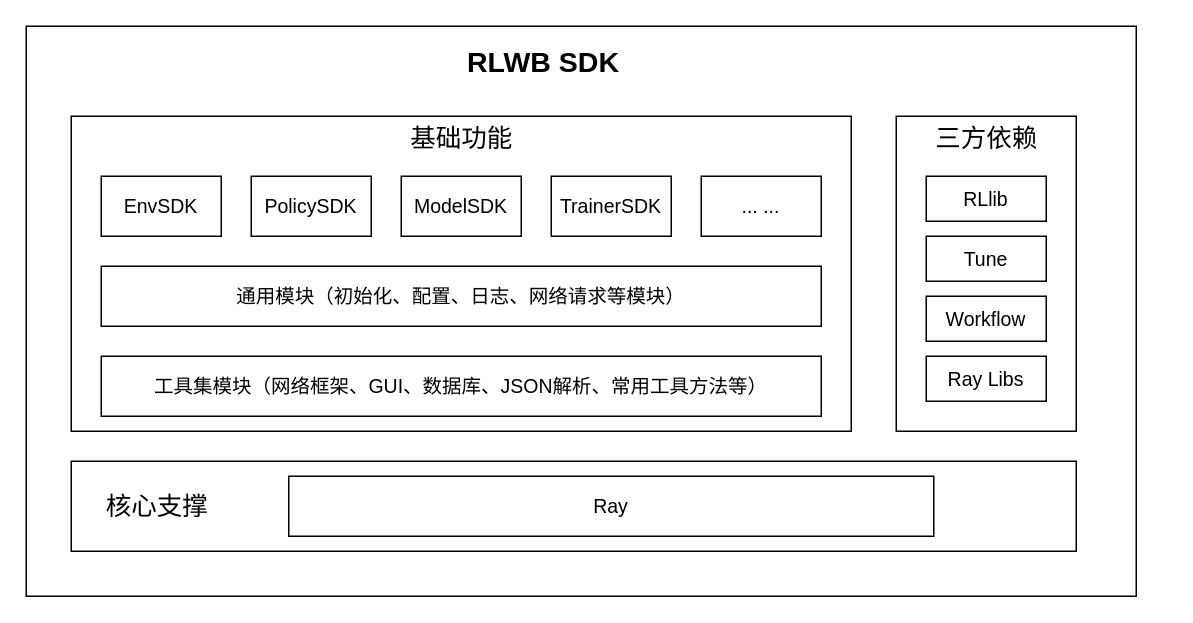
Before: SDK架构图.drawio in japsonzbz/Miscellaneous, a draw.io diagram. Source tidied: cells renumbered, new cells numbered last; positions are measured from the earlier drawing's top-left corner, leaving out a move shared by most shapes. Both pictures are drawn from the tidied source at 150%, with x=0, y=0 at pixel (26, 26).
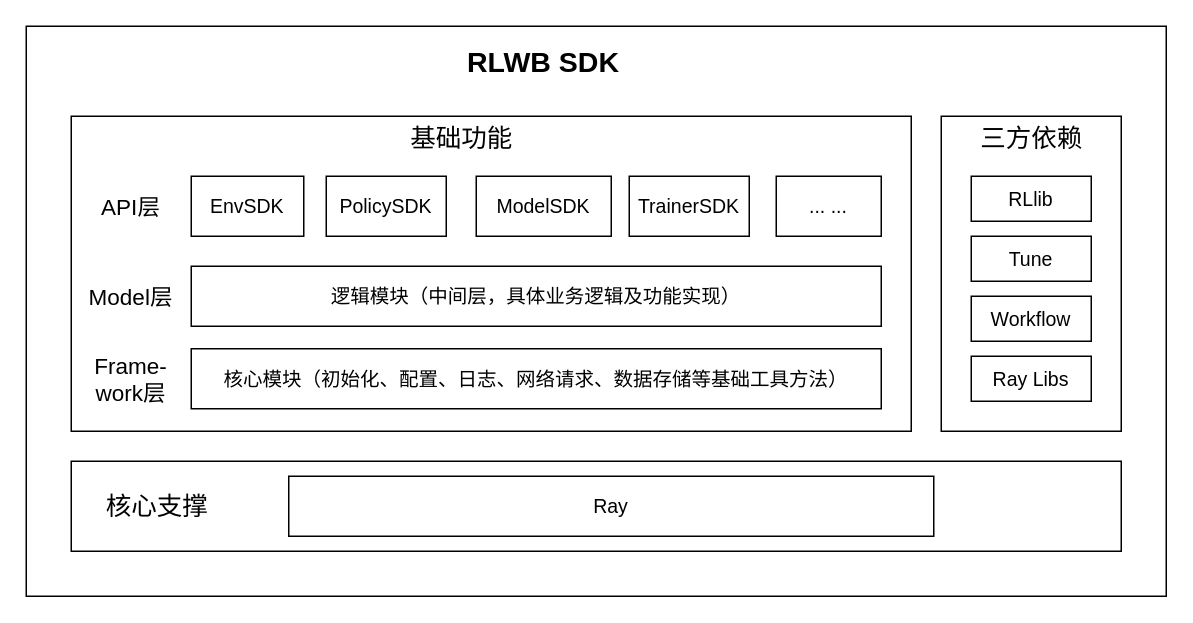
After the change.

What changed in the source:
```diff
@@
     <mxCell id="2" style="rounded=0;whiteSpace=wrap;html=1;" parent="1" vertex="1">
-      <mxGeometry width="740" height="380" as="geometry" />
+      <mxGeometry width="760" height="380" as="geometry" />
     </mxCell>
     <mxCell id="3" style="rounded=0;whiteSpace=wrap;html=1;" parent="1" vertex="1">
-      <mxGeometry x="30" y="60" width="520" height="210" as="geometry" />
+      <mxGeometry x="30" y="60" width="560" height="210" as="geometry" />
     </mxCell>
@@
     <mxCell id="5" style="rounded=0;whiteSpace=wrap;html=1;fontSize=19;" parent="1" vertex="1">
-      <mxGeometry x="30" y="290" width="670" height="60" as="geometry" />
+      <mxGeometry x="30" y="290" width="700" height="60" as="geometry" />
     </mxCell>
     <mxCell id="6" style="rounded=0;whiteSpace=wrap;html=1;fontSize=19;" parent="1" vertex="1">
-      <mxGeometry x="580" y="60" width="120" height="210" as="geometry" />
+      <mxGeometry x="610" y="60" width="120" height="210" as="geometry" />
     </mxCell>
@@
     <mxCell id="9" value="&lt;span style=&quot;font-size: 17px&quot;&gt;三方依赖&lt;/span&gt;" style="text;html=1;strokeColor=none;fillColor=none;align=center;verticalAlign=middle;whiteSpace=wrap;rounded=0;fontSize=19;" parent="1" vertex="1">
-      <mxGeometry x="592.5" y="60" width="95" height="30" as="geometry" />
+      <mxGeometry x="622.5" y="60" width="95" height="30" as="geometry" />
     </mxCell>
     <mxCell id="10" value="&lt;font style=&quot;font-size: 13px&quot;&gt;EnvSDK&lt;/font&gt;" style="rounded=0;whiteSpace=wrap;html=1;fontSize=17;" parent="1" vertex="1">
-      <mxGeometry x="50" y="100" width="80" height="40" as="geometry" />
+      <mxGeometry x="110" y="100" width="75" height="40" as="geometry" />
     </mxCell>
     <mxCell id="11" value="&lt;font style=&quot;font-size: 13px&quot;&gt;PolicySDK&lt;/font&gt;" style="rounded=0;whiteSpace=wrap;html=1;fontSize=17;" parent="1" vertex="1">
-      <mxGeometry x="150" y="100" width="80" height="40" as="geometry" />
+      <mxGeometry x="200" y="100" width="80" height="40" as="geometry" />
     </mxCell>
     <mxCell id="12" value="&lt;font style=&quot;font-size: 13px&quot;&gt;ModelSDK&lt;/font&gt;" style="rounded=0;whiteSpace=wrap;html=1;fontSize=17;" parent="1" vertex="1">
-      <mxGeometry x="250" y="100" width="80" height="40" as="geometry" />
+      <mxGeometry x="300" y="100" width="90" height="40" as="geometry" />
     </mxCell>
     <mxCell id="13" value="&lt;font style=&quot;font-size: 13px&quot;&gt;TrainerSDK&lt;/font&gt;" style="rounded=0;whiteSpace=wrap;html=1;fontSize=17;" parent="1" vertex="1">
-      <mxGeometry x="350" y="100" width="80" height="40" as="geometry" />
+      <mxGeometry x="402" y="100" width="80" height="40" as="geometry" />
     </mxCell>
     <mxCell id="14" value="&lt;span style=&quot;font-size: 13px&quot;&gt;... ...&lt;/span&gt;" style="rounded=0;whiteSpace=wrap;html=1;fontSize=17;" parent="1" vertex="1">
-      <mxGeometry x="450" y="100" width="80" height="40" as="geometry" />
+      <mxGeometry x="500" y="100" width="70" height="40" as="geometry" />
     </mxCell>
-    <mxCell id="15" value="&lt;span style=&quot;font-size: 13px&quot;&gt;通用模块（初始化、配置、日志、网络请求等模块）&lt;/span&gt;" style="rounded=0;whiteSpace=wrap;html=1;fontSize=17;" parent="1" vertex="1">
-      <mxGeometry x="50" y="160" width="480" height="40" as="geometry" />
+    <mxCell id="15" value="&lt;span style=&quot;font-size: 13px&quot;&gt;逻辑模块（中间层，具体业务逻辑及功能实现）&lt;/span&gt;" style="rounded=0;whiteSpace=wrap;html=1;fontSize=17;" parent="1" vertex="1">
+      <mxGeometry x="110" y="160" width="460" height="40" as="geometry" />
     </mxCell>
-    <mxCell id="16" value="&lt;span style=&quot;font-size: 13px&quot;&gt;工具集模块（网络框架、GUI、数据库、JSON解析、常用工具方法等）&lt;/span&gt;" style="rounded=0;whiteSpace=wrap;html=1;fontSize=17;" parent="1" vertex="1">
-      <mxGeometry x="50" y="220" width="480" height="40" as="geometry" />
+    <mxCell id="16" value="&lt;span style=&quot;font-size: 13px&quot;&gt;核心模块（初始化、配置、日志、网络请求、数据存储等基础工具方法）&lt;/span&gt;" style="rounded=0;whiteSpace=wrap;html=1;fontSize=17;" parent="1" vertex="1">
+      <mxGeometry x="110" y="215" width="460" height="40" as="geometry" />
     </mxCell>
     <mxCell id="17" value="&lt;span style=&quot;font-size: 13px&quot;&gt;RLlib&lt;/span&gt;" style="rounded=0;whiteSpace=wrap;html=1;fontSize=17;" parent="1" vertex="1">
-      <mxGeometry x="600" y="100" width="80" height="30" as="geometry" />
+      <mxGeometry x="630" y="100" width="80" height="30" as="geometry" />
     </mxCell>
     <mxCell id="18" value="&lt;span style=&quot;font-size: 13px&quot;&gt;Tune&lt;/span&gt;" style="rounded=0;whiteSpace=wrap;html=1;fontSize=17;" parent="1" vertex="1">
-      <mxGeometry x="600" y="140" width="80" height="30" as="geometry" />
+      <mxGeometry x="630" y="140" width="80" height="30" as="geometry" />
     </mxCell>
     <mxCell id="19" value="&lt;span style=&quot;font-size: 13px&quot;&gt;Workflow&lt;/span&gt;" style="rounded=0;whiteSpace=wrap;html=1;fontSize=17;" parent="1" vertex="1">
-      <mxGeometry x="600" y="180" width="80" height="30" as="geometry" />
+      <mxGeometry x="630" y="180" width="80" height="30" as="geometry" />
     </mxCell>
     <mxCell id="20" value="&lt;span style=&quot;font-size: 13px&quot;&gt;Ray Libs&lt;/span&gt;" style="rounded=0;whiteSpace=wrap;html=1;fontSize=17;" parent="1" vertex="1">
-      <mxGeometry x="600" y="220" width="80" height="30" as="geometry" />
+      <mxGeometry x="630" y="220" width="80" height="30" as="geometry" />
     </mxCell>
@@
+    <mxCell id="22" value="&lt;font style=&quot;font-size: 15px&quot;&gt;API层&lt;/font&gt;" style="text;html=1;strokeColor=none;fillColor=none;align=center;verticalAlign=middle;whiteSpace=wrap;rounded=0;fontSize=13;" parent="1" vertex="1">
+      <mxGeometry x="40" y="105" width="60" height="30" as="geometry" />
+    </mxCell>
+    <mxCell id="23" value="&lt;span style=&quot;font-size: 15px&quot;&gt;Model层&lt;/span&gt;" style="text;html=1;strokeColor=none;fillColor=none;align=center;verticalAlign=middle;whiteSpace=wrap;rounded=0;fontSize=13;" parent="1" vertex="1">
+      <mxGeometry x="40" y="165" width="60" height="30" as="geometry" />
+    </mxCell>
+    <mxCell id="24" value="&lt;span style=&quot;font-size: 15px&quot;&gt;Frame-&lt;br&gt;work层&lt;/span&gt;" style="text;html=1;strokeColor=none;fillColor=none;align=center;verticalAlign=middle;whiteSpace=wrap;rounded=0;fontSize=13;" parent="1" vertex="1">
+      <mxGeometry x="40" y="220" width="60" height="30" as="geometry" />
+    </mxCell>
```
